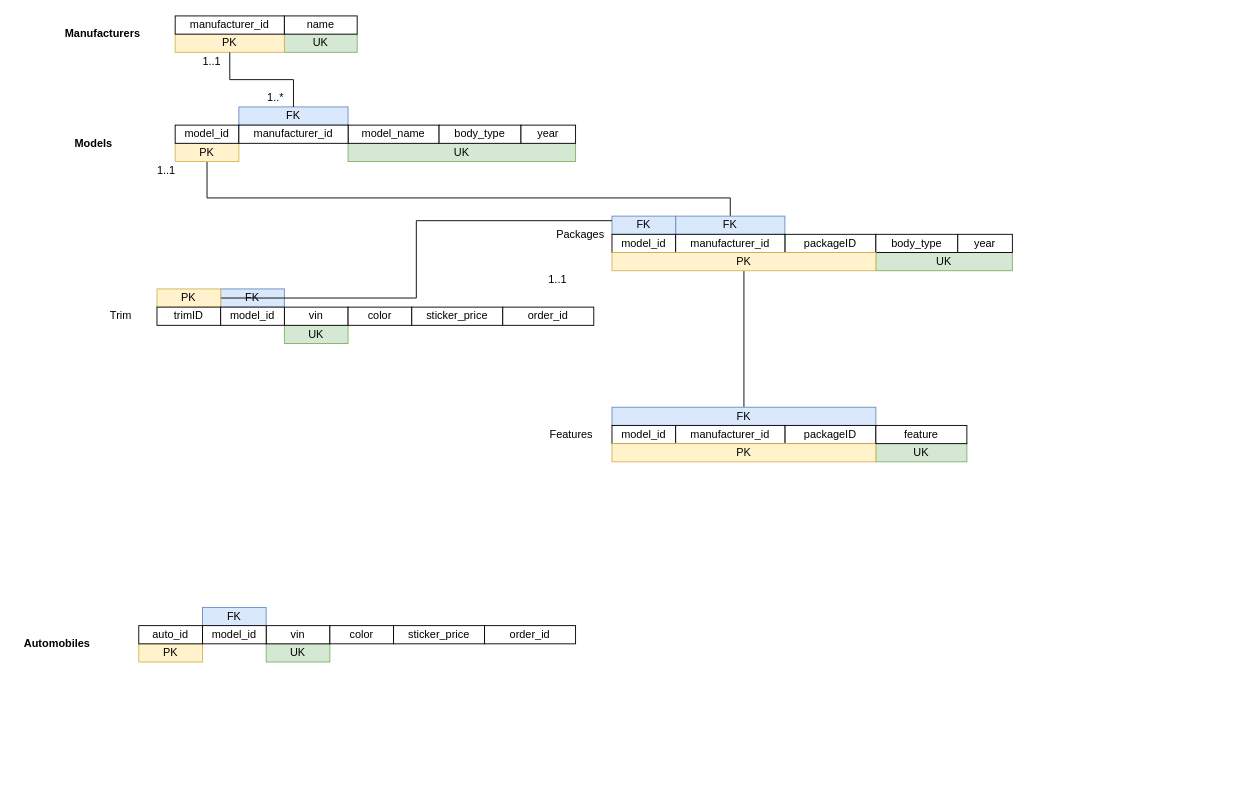
Before: page "Scheme" (2 of 2) of Project 2.drawio in AnthraciteData/CECS-323-, a draw.io diagram. Source tidied: cells renumbered, new cells numbered last; positions are measured from the earlier drawing's top-left corner, leaving out a move shared by most shapes. Both pictures are drawn from the tidied source at 91%, with x=0, y=0 at pixel (15, 15).
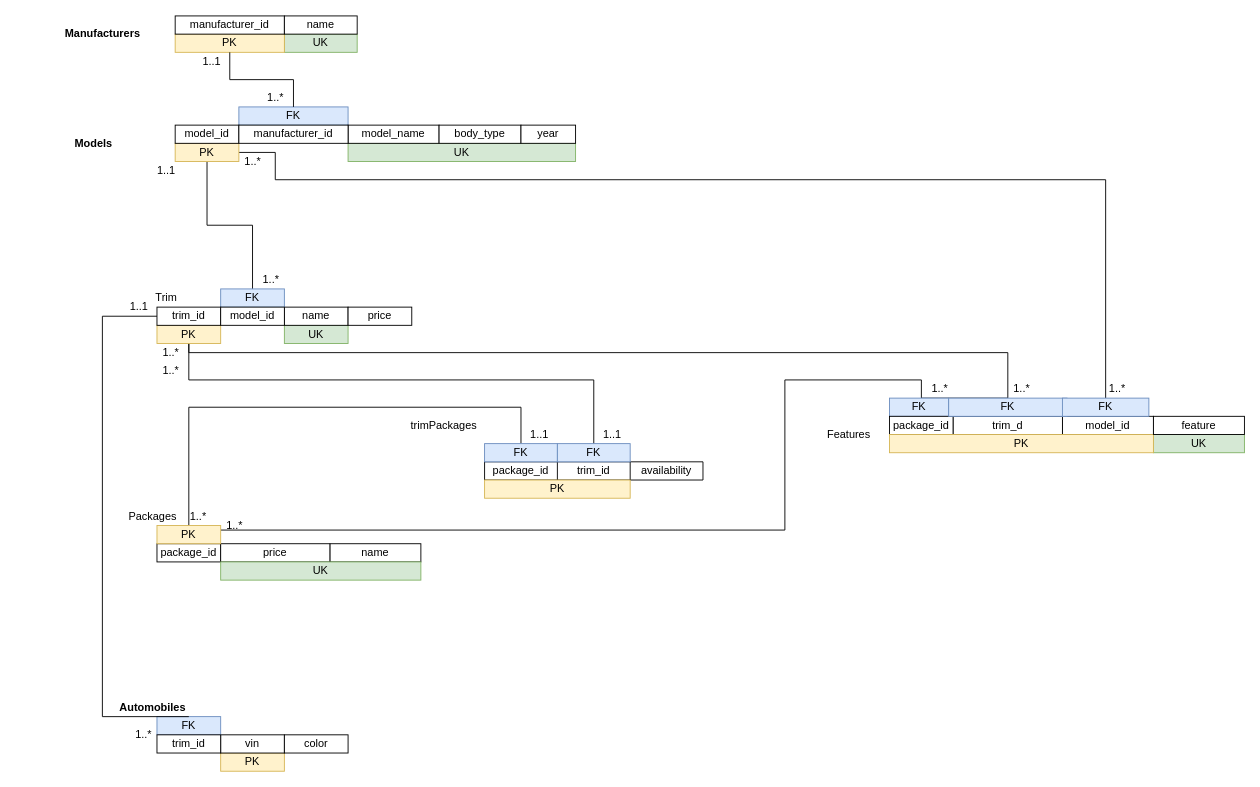
The same diagram, later.

The change refers to these unchanged cells:
```xml
<mxCell id="13" value="PK" style="whiteSpace=wrap;html=1;fillColor=#fff2cc;strokeColor=#d6b656;" parent="1" vertex="1">
  <mxGeometry x="175" y="140" width="70" height="20" as="geometry" />
</mxCell>
<mxCell id="45" value="FK" style="whiteSpace=wrap;html=1;fillColor=#dae8fc;strokeColor=#6c8ebf;" parent="1" vertex="1">
  <mxGeometry x="225" y="300" width="70" height="20" as="geometry" />
</mxCell>
```

The edit, as a diff of the source:
```diff
@@
-    <mxCell id="3" value="UK" style="whiteSpace=wrap;html=1;fillColor=#d5e8d4;strokeColor=#82b366;" parent="1" vertex="1">
-      <mxGeometry x="275" y="690" width="70" height="20" as="geometry" />
+    <mxCell id="3" value="PK" style="whiteSpace=wrap;html=1;fillColor=#fff2cc;strokeColor=#d6b656;" parent="1" vertex="1">
+      <mxGeometry x="225" y="810" width="70" height="20" as="geometry" />
     </mxCell>
     <mxCell id="4" value="vin" style="whiteSpace=wrap;html=1;" parent="1" vertex="1">
-      <mxGeometry x="275" y="670" width="70" height="20" as="geometry" />
+      <mxGeometry x="225" y="790" width="70" height="20" as="geometry" />
     </mxCell>
@@
-    <mxCell id="12" style="edgeStyle=orthogonalEdgeStyle;rounded=0;jettySize=auto;html=1;entryX=0.5;entryY=0;entryDx=0;entryDy=0;endArrow=none;endFill=0;" parent="1" edge="1" source="13" target="34">
-      <mxGeometry relative="1" as="geometry">
-        <Array as="points">
-          <mxPoint x="210" y="200" />
-          <mxPoint x="785" y="200" />
-        </Array>
-      </mxGeometry>
-    </mxCell>
+    <mxCell id="62" style="edgeStyle=orthogonalEdgeStyle;rounded=0;jettySize=auto;html=1;exitX=0.5;exitY=1;exitDx=0;exitDy=0;entryX=0.5;entryY=0;entryDx=0;entryDy=0;endArrow=none;endFill=0;" parent="1" edge="1" source="13" target="45">
+      <mxGeometry relative="1" as="geometry" />
+    </mxCell>
+    <mxCell id="63" style="edgeStyle=orthogonalEdgeStyle;rounded=0;jettySize=auto;html=1;exitX=1;exitY=0.5;exitDx=0;exitDy=0;entryX=0.5;entryY=0;entryDx=0;entryDy=0;endArrow=none;endFill=0;" parent="1" edge="1" source="13" target="77">
+      <mxGeometry relative="1" as="geometry">
+        <Array as="points">
+          <mxPoint x="285" y="150" />
+          <mxPoint x="285" y="180" />
+          <mxPoint x="1198" y="180" />
+        </Array>
+      </mxGeometry>
+    </mxCell>
@@
     <mxCell id="22" value="FK" style="whiteSpace=wrap;html=1;fillColor=#dae8fc;strokeColor=#6c8ebf;" parent="1" vertex="1">
-      <mxGeometry x="205" y="650" width="70" height="20" as="geometry" />
+      <mxGeometry x="155" y="770" width="70" height="20" as="geometry" />
     </mxCell>
     <mxCell id="23" value="Automobiles" style="text;html=1;align=center;verticalAlign=middle;strokeColor=none;fillColor=none;fontStyle=1;" parent="1" vertex="1">
-      <mxGeometry y="680" width="90" height="20" as="geometry" />
+      <mxGeometry x="105" y="750" width="90" height="20" as="geometry" />
     </mxCell>
-    <mxCell id="24" value="PK" style="whiteSpace=wrap;html=1;fillColor=#fff2cc;strokeColor=#d6b656;" parent="1" vertex="1">
-      <mxGeometry x="135" y="690" width="70" height="20" as="geometry" />
-    </mxCell>
-    <mxCell id="25" value="auto_id" style="whiteSpace=wrap;html=1;" parent="1" vertex="1">
-      <mxGeometry x="135" y="670" width="70" height="20" as="geometry" />
+    <mxCell id="25" value="trim_id" style="whiteSpace=wrap;html=1;" parent="1" vertex="1">
+      <mxGeometry x="155" y="790" width="70" height="20" as="geometry" />
     </mxCell>
-    <mxCell id="26" value="model_id" style="whiteSpace=wrap;html=1;" parent="1" vertex="1">
-      <mxGeometry x="205" y="670" width="70" height="20" as="geometry" />
-    </mxCell>
@@
     <mxCell id="28" value="color" style="whiteSpace=wrap;html=1;" parent="1" vertex="1">
-      <mxGeometry x="345" y="670" width="70" height="20" as="geometry" />
+      <mxGeometry x="295" y="790" width="70" height="20" as="geometry" />
     </mxCell>
-    <mxCell id="29" value="sticker_price" style="whiteSpace=wrap;html=1;" parent="1" vertex="1">
-      <mxGeometry x="415" y="670" width="100" height="20" as="geometry" />
-    </mxCell>
-    <mxCell id="30" value="order_id" style="whiteSpace=wrap;html=1;" parent="1" vertex="1">
-      <mxGeometry x="515" y="670" width="100" height="20" as="geometry" />
-    </mxCell>
-    <mxCell id="31" value="Trim" style="text;html=1;align=center;verticalAlign=middle;strokeColor=none;fillColor=none;" parent="1" vertex="1">
-      <mxGeometry x="95" y="320" width="40" height="20" as="geometry" />
-    </mxCell>
     <mxCell id="32" value="Features" style="text;html=1;align=center;verticalAlign=middle;strokeColor=none;fillColor=none;" parent="1" vertex="1">
-      <mxGeometry x="580" y="450" width="60" height="20" as="geometry" />
+      <mxGeometry x="885" y="450" width="60" height="20" as="geometry" />
     </mxCell>
     <mxCell id="33" value="Packages" style="text;html=1;align=center;verticalAlign=middle;strokeColor=none;fillColor=none;" parent="1" vertex="1">
-      <mxGeometry x="585" y="230" width="70" height="20" as="geometry" />
+      <mxGeometry x="115" y="540" width="70" height="20" as="geometry" />
     </mxCell>
-    <mxCell id="34" value="FK" style="whiteSpace=wrap;html=1;fillColor=#dae8fc;strokeColor=#6c8ebf;" parent="1" vertex="1">
-      <mxGeometry x="725" y="220" width="120" height="20" as="geometry" />
-    </mxCell>
-    <mxCell id="35" value="UK" style="whiteSpace=wrap;html=1;fillColor=#d5e8d4;strokeColor=#82b366;" parent="1" vertex="1">
-      <mxGeometry x="945" y="260" width="150" height="20" as="geometry" />
-    </mxCell>
-    <mxCell id="36" value="FK" style="whiteSpace=wrap;html=1;fillColor=#dae8fc;strokeColor=#6c8ebf;" parent="1" vertex="1">
-      <mxGeometry x="655" y="220" width="70" height="20" as="geometry" />
-    </mxCell>
-    <mxCell id="37" value="model_id" style="whiteSpace=wrap;html=1;" parent="1" vertex="1">
-      <mxGeometry x="655" y="240" width="70" height="20" as="geometry" />
+    <mxCell id="37" value="package_id" style="whiteSpace=wrap;html=1;" parent="1" vertex="1">
+      <mxGeometry x="155" y="580" width="70" height="20" as="geometry" />
     </mxCell>
-    <mxCell id="38" value="packageID" style="whiteSpace=wrap;html=1;" parent="1" vertex="1">
-      <mxGeometry x="845" y="240" width="100" height="20" as="geometry" />
+    <mxCell id="38" value="name" style="whiteSpace=wrap;html=1;" parent="1" vertex="1">
+      <mxGeometry x="345" y="580" width="100" height="20" as="geometry" />
     </mxCell>
-    <mxCell id="39" value="manufacturer_id" style="whiteSpace=wrap;html=1;" parent="1" vertex="1">
-      <mxGeometry x="725" y="240" width="120" height="20" as="geometry" />
+    <mxCell id="39" value="price" style="whiteSpace=wrap;html=1;" parent="1" vertex="1">
+      <mxGeometry x="225" y="580" width="120" height="20" as="geometry" />
     </mxCell>
-    <mxCell id="40" value="body_type" style="whiteSpace=wrap;html=1;" parent="1" vertex="1">
-      <mxGeometry x="945" y="240" width="90" height="20" as="geometry" />
-    </mxCell>
-    <mxCell id="41" value="year" style="whiteSpace=wrap;html=1;" parent="1" vertex="1">
-      <mxGeometry x="1035" y="240" width="60" height="20" as="geometry" />
-    </mxCell>
-    <mxCell id="42" value="1..1" style="text;html=1;align=center;verticalAlign=middle;strokeColor=none;fillColor=none;" parent="1" vertex="1">
-      <mxGeometry x="575" y="280" width="40" height="20" as="geometry" />
-    </mxCell>
@@
-    <mxCell id="44" value="vin" style="whiteSpace=wrap;html=1;" parent="1" vertex="1">
+    <mxCell id="44" value="name" style="whiteSpace=wrap;html=1;" parent="1" vertex="1">
       <mxGeometry x="295" y="320" width="70" height="20" as="geometry" />
     </mxCell>
@@
-    <mxCell id="46" style="edgeStyle=orthogonalEdgeStyle;rounded=0;jettySize=auto;html=1;endArrow=none;endFill=0;entryX=0;entryY=0.25;entryDx=0;entryDy=0;" parent="1" edge="1" source="47" target="36">
-      <mxGeometry relative="1" as="geometry" />
-    </mxCell>
+    <mxCell id="64" style="edgeStyle=orthogonalEdgeStyle;rounded=0;jettySize=auto;html=1;exitX=0.5;exitY=0;exitDx=0;exitDy=0;entryX=0.5;entryY=0;entryDx=0;entryDy=0;endArrow=none;endFill=0;" parent="1" edge="1" source="47" target="76">
+      <mxGeometry relative="1" as="geometry">
+        <Array as="points">
+          <mxPoint x="190" y="370" />
+          <mxPoint x="1090" y="370" />
+        </Array>
+      </mxGeometry>
+    </mxCell>
+    <mxCell id="65" style="edgeStyle=orthogonalEdgeStyle;rounded=0;jettySize=auto;html=1;endArrow=none;endFill=0;" parent="1" edge="1" source="47" target="75">
+      <mxGeometry relative="1" as="geometry">
+        <Array as="points">
+          <mxPoint x="190" y="400" />
+          <mxPoint x="635" y="400" />
+        </Array>
+      </mxGeometry>
+    </mxCell>
     <mxCell id="47" value="PK" style="whiteSpace=wrap;html=1;fillColor=#fff2cc;strokeColor=#d6b656;" parent="1" vertex="1">
-      <mxGeometry x="155" y="300" width="70" height="20" as="geometry" />
+      <mxGeometry x="155" y="340" width="70" height="20" as="geometry" />
     </mxCell>
+    <mxCell id="66" style="edgeStyle=orthogonalEdgeStyle;rounded=0;jettySize=auto;html=1;entryX=0.5;entryY=0;entryDx=0;entryDy=0;endArrow=none;endFill=0;" parent="1" edge="1" source="48" target="22">
+      <mxGeometry relative="1" as="geometry">
+        <Array as="points">
+          <mxPoint x="95" y="330" />
+          <mxPoint x="95" y="770" />
+        </Array>
+      </mxGeometry>
+    </mxCell>
-    <mxCell id="48" value="trimID" style="whiteSpace=wrap;html=1;" parent="1" vertex="1">
+    <mxCell id="48" value="trim_id" style="whiteSpace=wrap;html=1;" parent="1" vertex="1">
       <mxGeometry x="155" y="320" width="70" height="20" as="geometry" />
     </mxCell>
@@
-    <mxCell id="50" value="color" style="whiteSpace=wrap;html=1;" parent="1" vertex="1">
+    <mxCell id="50" value="price" style="whiteSpace=wrap;html=1;" parent="1" vertex="1">
       <mxGeometry x="365" y="320" width="70" height="20" as="geometry" />
     </mxCell>
-    <mxCell id="51" value="sticker_price" style="whiteSpace=wrap;html=1;" parent="1" vertex="1">
-      <mxGeometry x="435" y="320" width="100" height="20" as="geometry" />
-    </mxCell>
-    <mxCell id="52" value="order_id" style="whiteSpace=wrap;html=1;" parent="1" vertex="1">
-      <mxGeometry x="535" y="320" width="100" height="20" as="geometry" />
-    </mxCell>
-    <mxCell id="53" style="edgeStyle=orthogonalEdgeStyle;rounded=0;jettySize=auto;html=1;endArrow=none;endFill=0;" parent="1" edge="1" source="54" target="55">
-      <mxGeometry relative="1" as="geometry" />
-    </mxCell>
+    <mxCell id="67" style="edgeStyle=orthogonalEdgeStyle;rounded=0;jettySize=auto;html=1;exitX=1;exitY=0.25;exitDx=0;exitDy=0;entryX=0.5;entryY=0;entryDx=0;entryDy=0;endArrow=none;endFill=0;" parent="1" edge="1" source="54" target="76">
+      <mxGeometry relative="1" as="geometry">
+        <Array as="points">
+          <mxPoint x="845" y="565" />
+          <mxPoint x="845" y="400" />
+          <mxPoint x="995" y="400" />
+          <mxPoint x="995" y="420" />
+        </Array>
+      </mxGeometry>
+    </mxCell>
+    <mxCell id="68" style="edgeStyle=orthogonalEdgeStyle;rounded=0;jettySize=auto;html=1;entryX=0.5;entryY=0;entryDx=0;entryDy=0;endArrow=none;endFill=0;" parent="1" edge="1" source="54" target="74">
+      <mxGeometry relative="1" as="geometry">
+        <Array as="points">
+          <mxPoint x="190" y="430" />
+          <mxPoint x="555" y="430" />
+        </Array>
+      </mxGeometry>
+    </mxCell>
     <mxCell id="54" value="PK" style="whiteSpace=wrap;html=1;fillColor=#fff2cc;strokeColor=#d6b656;" parent="1" vertex="1">
-      <mxGeometry x="655" y="260" width="290" height="20" as="geometry" />
+      <mxGeometry x="155" y="560" width="70" height="20" as="geometry" />
     </mxCell>
     <mxCell id="55" value="FK" style="whiteSpace=wrap;html=1;fillColor=#dae8fc;strokeColor=#6c8ebf;" parent="1" vertex="1">
-      <mxGeometry x="655" y="430" width="290" height="20" as="geometry" />
+      <mxGeometry x="960" y="420" width="65" height="20" as="geometry" />
     </mxCell>
     <mxCell id="56" value="UK" style="whiteSpace=wrap;html=1;fillColor=#d5e8d4;strokeColor=#82b366;" parent="1" vertex="1">
-      <mxGeometry x="945" y="470" width="100" height="20" as="geometry" />
+      <mxGeometry x="1250" y="460" width="100" height="20" as="geometry" />
     </mxCell>
-    <mxCell id="57" value="model_id" style="whiteSpace=wrap;html=1;" parent="1" vertex="1">
-      <mxGeometry x="655" y="450" width="70" height="20" as="geometry" />
+    <mxCell id="57" value="package_id" style="whiteSpace=wrap;html=1;" parent="1" vertex="1">
+      <mxGeometry x="960" y="440" width="70" height="20" as="geometry" />
     </mxCell>
-    <mxCell id="58" value="packageID" style="whiteSpace=wrap;html=1;" parent="1" vertex="1">
-      <mxGeometry x="845" y="450" width="100" height="20" as="geometry" />
+    <mxCell id="58" value="model_id" style="whiteSpace=wrap;html=1;" parent="1" vertex="1">
+      <mxGeometry x="1150" y="440" width="100" height="20" as="geometry" />
     </mxCell>
-    <mxCell id="59" value="manufacturer_id" style="whiteSpace=wrap;html=1;" parent="1" vertex="1">
-      <mxGeometry x="725" y="450" width="120" height="20" as="geometry" />
+    <mxCell id="59" value="trim_d" style="whiteSpace=wrap;html=1;" parent="1" vertex="1">
+      <mxGeometry x="1030" y="440" width="120" height="20" as="geometry" />
     </mxCell>
     <mxCell id="60" value="PK" style="whiteSpace=wrap;html=1;fillColor=#fff2cc;strokeColor=#d6b656;" parent="1" vertex="1">
-      <mxGeometry x="655" y="470" width="290" height="20" as="geometry" />
+      <mxGeometry x="960" y="460" width="290" height="20" as="geometry" />
     </mxCell>
     <mxCell id="61" value="feature" style="whiteSpace=wrap;html=1;" parent="1" vertex="1">
-      <mxGeometry x="945" y="450" width="100" height="20" as="geometry" />
+      <mxGeometry x="1250" y="440" width="100" height="20" as="geometry" />
     </mxCell>
+    <mxCell id="69" style="shape=table;html=1;whiteSpace=wrap;startSize=0;childLayout=tableLayout;" parent="1" vertex="1">
+      <mxGeometry x="515" y="490" width="240" height="20" as="geometry" />
+    </mxCell>
+    <mxCell id="70" style="shape=tableRow;horizontal=0;startSize=0;swimlaneHead=0;swimlaneBody=0;top=0;left=0;bottom=0;right=0;fillColor=none;" parent="69" vertex="1">
+      <mxGeometry width="240" height="20" as="geometry" />
+    </mxCell>
+    <mxCell id="71" value="package_id" style="shape=partialRectangle;html=1;whiteSpace=wrap;fillColor=none;top=0;left=0;bottom=0;right=0;overflow=hidden;" parent="70" vertex="1">
+      <mxGeometry width="80" height="20" as="geometry" />
+    </mxCell>
+    <mxCell id="72" value="trim_id" style="shape=partialRectangle;html=1;whiteSpace=wrap;fillColor=none;top=0;left=0;bottom=0;right=0;overflow=hidden;" parent="70" vertex="1">
+      <mxGeometry x="80" width="80" height="20" as="geometry" />
+    </mxCell>
+    <mxCell id="73" value="availability" style="shape=partialRectangle;html=1;whiteSpace=wrap;fillColor=none;top=0;left=0;bottom=0;right=0;overflow=hidden;" parent="70" vertex="1">
+      <mxGeometry x="160" width="80" height="20" as="geometry" />
+    </mxCell>
+    <mxCell id="24" value="PK" style="whiteSpace=wrap;html=1;fillColor=#fff2cc;strokeColor=#d6b656;" parent="1" vertex="1">
+      <mxGeometry x="515" y="510" width="160" height="20" as="geometry" />
+    </mxCell>
+    <mxCell id="74" value="FK" style="whiteSpace=wrap;html=1;fillColor=#dae8fc;strokeColor=#6c8ebf;" parent="1" vertex="1">
+      <mxGeometry x="515" y="470" width="80" height="20" as="geometry" />
+    </mxCell>
+    <mxCell id="35" value="UK" style="whiteSpace=wrap;html=1;fillColor=#d5e8d4;strokeColor=#82b366;" parent="1" vertex="1">
+      <mxGeometry x="225" y="600" width="220" height="20" as="geometry" />
+    </mxCell>
+    <mxCell id="75" value="FK" style="whiteSpace=wrap;html=1;fillColor=#dae8fc;strokeColor=#6c8ebf;" parent="1" vertex="1">
+      <mxGeometry x="595" y="470" width="80" height="20" as="geometry" />
+    </mxCell>
+    <mxCell id="76" value="FK" style="whiteSpace=wrap;html=1;fillColor=#dae8fc;strokeColor=#6c8ebf;" parent="1" vertex="1">
+      <mxGeometry x="1025" y="420" width="130" height="20" as="geometry" />
+    </mxCell>
+    <mxCell id="77" value="FK" style="whiteSpace=wrap;html=1;fillColor=#dae8fc;strokeColor=#6c8ebf;" parent="1" vertex="1">
+      <mxGeometry x="1150" y="420" width="95" height="20" as="geometry" />
+    </mxCell>
+    <mxCell id="31" value="Trim" style="text;html=1;align=center;verticalAlign=middle;strokeColor=none;fillColor=none;" parent="1" vertex="1">
+      <mxGeometry x="145" y="300" width="40" height="20" as="geometry" />
+    </mxCell>
+    <mxCell id="78" value="1..*" style="text;html=1;align=center;verticalAlign=middle;strokeColor=none;fillColor=none;" parent="1" vertex="1">
+      <mxGeometry x="125" y="780" width="30" height="20" as="geometry" />
+    </mxCell>
+    <mxCell id="79" value="1..1" style="text;html=1;align=center;verticalAlign=middle;strokeColor=none;fillColor=none;" parent="1" vertex="1">
+      <mxGeometry x="115" y="310" width="40" height="20" as="geometry" />
+    </mxCell>
+    <mxCell id="80" value="1..*" style="text;html=1;align=center;verticalAlign=middle;strokeColor=none;fillColor=none;" parent="1" vertex="1">
+      <mxGeometry x="1000" y="400" width="30" height="20" as="geometry" />
+    </mxCell>
+    <mxCell id="81" value="1..*" style="text;html=1;align=center;verticalAlign=middle;strokeColor=none;fillColor=none;" parent="1" vertex="1">
+      <mxGeometry x="1090" y="400" width="30" height="20" as="geometry" />
+    </mxCell>
+    <mxCell id="82" value="1..*" style="text;html=1;align=center;verticalAlign=middle;strokeColor=none;fillColor=none;" parent="1" vertex="1">
+      <mxGeometry x="1195" y="400" width="30" height="20" as="geometry" />
+    </mxCell>
+    <mxCell id="83" value="1..*" style="text;html=1;align=center;verticalAlign=middle;strokeColor=none;fillColor=none;" parent="1" vertex="1">
+      <mxGeometry x="245" y="150" width="30" height="20" as="geometry" />
+    </mxCell>
+    <mxCell id="84" value="1..*" style="text;html=1;align=center;verticalAlign=middle;strokeColor=none;fillColor=none;" parent="1" vertex="1">
+      <mxGeometry x="265" y="280" width="30" height="20" as="geometry" />
+    </mxCell>
+    <mxCell id="85" value="1..*" style="text;html=1;align=center;verticalAlign=middle;strokeColor=none;fillColor=none;" parent="1" vertex="1">
+      <mxGeometry x="155" y="360" width="30" height="20" as="geometry" />
+    </mxCell>
+    <mxCell id="86" value="1..*" style="text;html=1;align=center;verticalAlign=middle;strokeColor=none;fillColor=none;" parent="1" vertex="1">
+      <mxGeometry x="155" y="380" width="30" height="20" as="geometry" />
+    </mxCell>
+    <mxCell id="87" value="trimPackages" style="text;html=1;align=center;verticalAlign=middle;strokeColor=none;fillColor=none;" parent="1" vertex="1">
+      <mxGeometry x="425" y="440" width="90" height="20" as="geometry" />
+    </mxCell>
+    <mxCell id="88" value="1..*" style="text;html=1;align=center;verticalAlign=middle;strokeColor=none;fillColor=none;" parent="1" vertex="1">
+      <mxGeometry x="225" y="550" width="30" height="20" as="geometry" />
+    </mxCell>
+    <mxCell id="89" value="1..*" style="text;html=1;align=center;verticalAlign=middle;strokeColor=none;fillColor=none;" parent="1" vertex="1">
+      <mxGeometry x="185" y="540" width="30" height="20" as="geometry" />
+    </mxCell>
+    <mxCell id="90" value="1..1" style="text;html=1;align=center;verticalAlign=middle;strokeColor=none;fillColor=none;" parent="1" vertex="1">
+      <mxGeometry x="555" y="450" width="40" height="20" as="geometry" />
+    </mxCell>
+    <mxCell id="91" value="1..1" style="text;html=1;align=center;verticalAlign=middle;strokeColor=none;fillColor=none;" parent="1" vertex="1">
+      <mxGeometry x="635" y="450" width="40" height="20" as="geometry" />
+    </mxCell>
```
